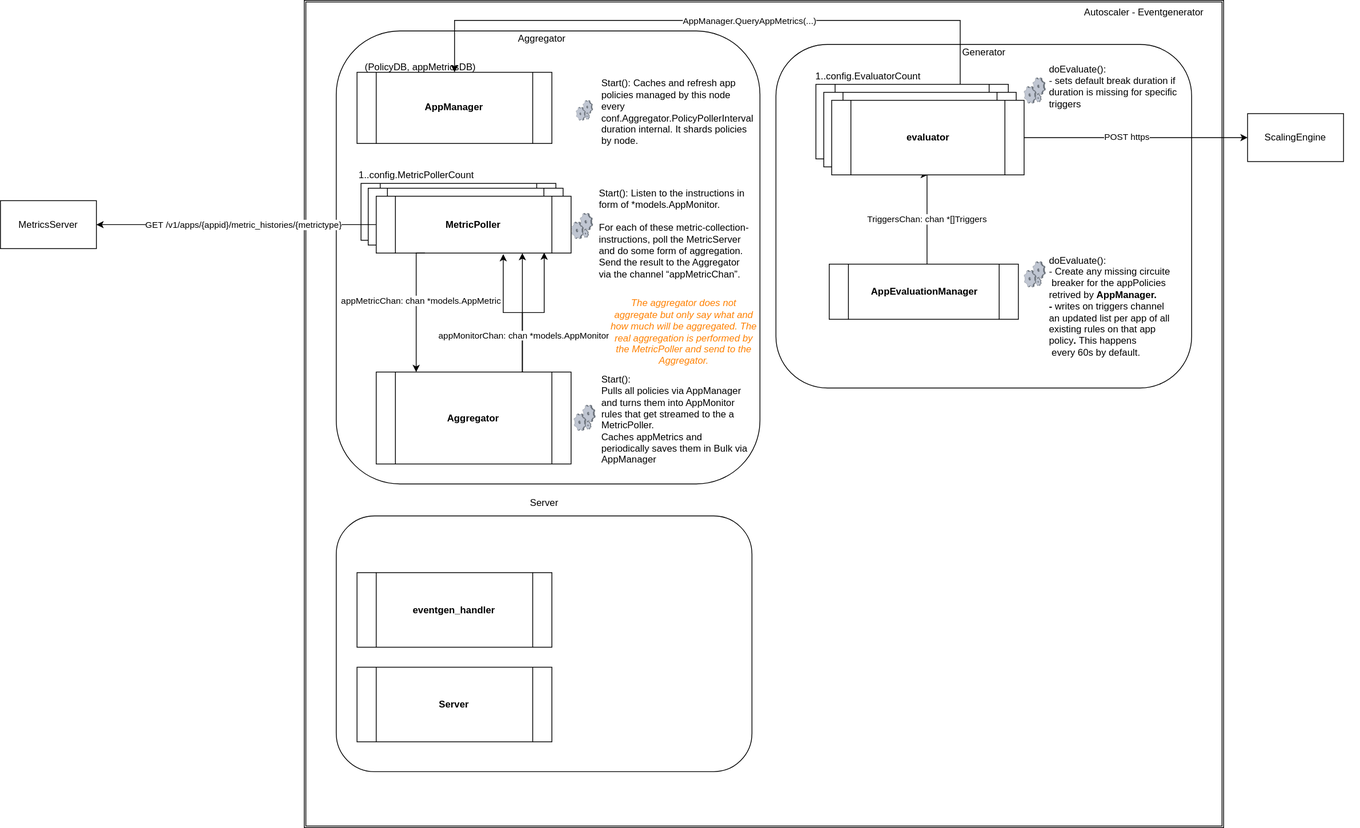
cloudfoundry/app-autoscaler-release keeps this draw.io diagram as docs/eventgenerator.svg. Above is the earlier version. Source tidied: cells renumbered, new cells last; positions are measured from the earlier drawing's top-left corner, leaving out a move shared by most shapes.
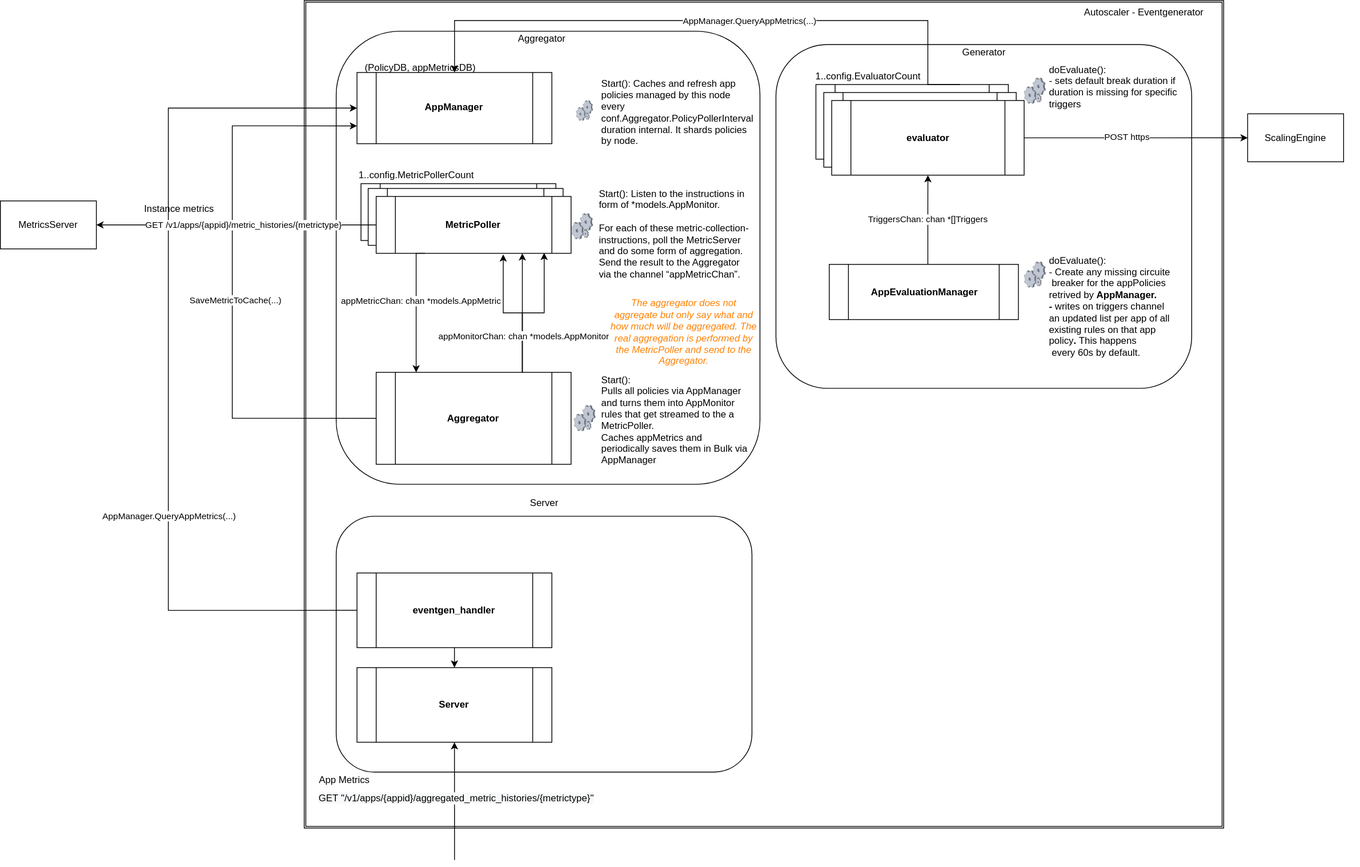
After the change.

Commit message:
Update Event Generator Diagram

The edit, as a diff of the source:
```diff
@@ -20,6 +20,17 @@
     <mxCell id="7" style="edgeStyle=orthogonalEdgeStyle;rounded=0;jettySize=auto;html=1;exitX=0.75;exitY=0;exitDx=0;exitDy=0;entryX=0.652;entryY=1.019;entryDx=0;entryDy=0;entryPerimeter=0;fontColor=#000000;endArrow=classic;endFill=1;strokeWidth=1;" parent="4" edge="1" source="8" target="17">
       <mxGeometry relative="1" as="geometry" />
     </mxCell>
+    <mxCell id="60" style="edgeStyle=orthogonalEdgeStyle;rounded=0;jettySize=auto;html=1;exitX=0;exitY=0.5;exitDx=0;exitDy=0;entryX=0;entryY=0.75;entryDx=0;entryDy=0;fontColor=#000000;endArrow=classic;endFill=1;strokeColor=default;strokeWidth=1;" parent="4" edge="1" source="8" target="11">
+      <mxGeometry relative="1" as="geometry">
+        <Array as="points">
+          <mxPoint x="-130" y="458" />
+          <mxPoint x="-130" y="92" />
+        </Array>
+      </mxGeometry>
+    </mxCell>
+    <mxCell id="61" value="SaveMetricToCache(...)" style="edgeLabel;html=1;align=center;verticalAlign=middle;fontColor=#000000;" parent="60" vertex="1">
+      <mxGeometry x="-0.07" y="-3" relative="1" as="geometry" />
+    </mxCell>
     <mxCell id="8" value="&lt;b&gt;Aggregator&lt;/b&gt;" style="shape=process;whiteSpace=wrap;html=1;backgroundOutline=1;" parent="4" vertex="1">
       <mxGeometry x="50" y="400" width="243.8" height="115" as="geometry" />
     </mxCell>
@@ -85,6 +96,9 @@
     <mxCell id="26" value="Server" style="text;html=1;align=center;verticalAlign=middle;strokeColor=none;fillColor=none;" parent="24" vertex="1">
       <mxGeometry x="235" y="84" width="50" height="20" as="geometry" />
     </mxCell>
+    <mxCell id="62" style="edgeStyle=orthogonalEdgeStyle;rounded=0;jettySize=auto;html=1;fontColor=#000000;endArrow=classic;endFill=1;strokeColor=default;strokeWidth=1;" parent="24" edge="1" source="27" target="28">
+      <mxGeometry relative="1" as="geometry" />
+    </mxCell>
     <mxCell id="27" value="&lt;b&gt;eventgen_handler&lt;/b&gt;" style="shape=process;whiteSpace=wrap;html=1;backgroundOutline=1;" parent="24" vertex="1">
       <mxGeometry x="26" y="181" width="243.8" height="93.3" as="geometry" />
     </mxCell>
@@ -94,6 +108,19 @@
     <mxCell id="29" value="Start(): Caches and refresh app policies managed by this node every conf.Aggregator.PolicyPollerInterval duration&amp;nbsp;internal. It shards policies by node." style="text;html=1;strokeColor=none;fillColor=none;align=left;verticalAlign=middle;whiteSpace=wrap;rounded=0;" parent="4" vertex="1">
       <mxGeometry x="330" y="18.2" width="190" height="114.4" as="geometry" />
     </mxCell>
+    <mxCell id="63" style="edgeStyle=orthogonalEdgeStyle;rounded=0;jettySize=auto;html=1;exitX=0;exitY=0.5;exitDx=0;exitDy=0;entryX=0;entryY=0.5;entryDx=0;entryDy=0;fontColor=#000000;endArrow=classic;endFill=1;strokeColor=default;strokeWidth=1;" parent="4" edge="1" source="27" target="11">
+      <mxGeometry relative="1" as="geometry">
+        <Array as="points">
+          <mxPoint x="-210" y="698" />
+          <mxPoint x="-210" y="70" />
+        </Array>
+      </mxGeometry>
+    </mxCell>
+    <mxCell id="64" value="AppManager.QueryAppMetrics(...)" style="edgeLabel;html=1;align=center;verticalAlign=middle;fontColor=#000000;" parent="63" vertex="1">
+      <mxGeometry x="-0.05" y="-1" relative="1" as="geometry">
+        <mxPoint x="-1" y="168" as="offset" />
+      </mxGeometry>
+    </mxCell>
     <mxCell id="30" value="Autoscaler - Eventgenerator" style="text;html=1;align=center;verticalAlign=middle;strokeColor=none;fillColor=none;" parent="1" vertex="1">
       <mxGeometry x="1345" y="5" width="170" height="20" as="geometry" />
     </mxCell>
@@ -112,8 +139,8 @@
     <mxCell id="35" value="TriggersChan: chan *[]Triggers" style="edgeStyle=orthogonalEdgeStyle;rounded=0;jettySize=auto;html=1;entryX=0.5;entryY=1;entryDx=0;entryDy=0;strokeColor=default;" parent="31" edge="1" source="41" target="39">
       <mxGeometry relative="1" as="geometry">
         <Array as="points">
-          <mxPoint x="189" y="220" />
-          <mxPoint x="189" y="220" />
+          <mxPoint x="190" y="200" />
+          <mxPoint x="190" y="200" />
         </Array>
       </mxGeometry>
     </mxCell>
@@ -188,7 +215,8 @@
     <mxCell id="58" style="edgeStyle=orthogonalEdgeStyle;rounded=0;jettySize=auto;html=1;exitX=0.75;exitY=0;exitDx=0;exitDy=0;fontColor=#000000;endArrow=classic;endFill=1;strokeColor=default;strokeWidth=1;" parent="1" edge="1" source="37" target="11">
       <mxGeometry relative="1" as="geometry">
         <Array as="points">
-          <mxPoint x="1201" y="25" />
+          <mxPoint x="1160" y="105" />
+          <mxPoint x="1160" y="25" />
           <mxPoint x="568" y="25" />
         </Array>
       </mxGeometry>
@@ -198,5 +226,19 @@
         <mxPoint x="54" y="1" as="offset" />
       </mxGeometry>
     </mxCell>
+    <mxCell id="65" style="endArrow=classic;html=1;rounded=0;fontColor=#000000;strokeColor=default;strokeWidth=1;" parent="1" edge="1" target="28">
+      <mxGeometry relative="1" as="geometry">
+        <mxPoint x="568" y="1075" as="sourcePoint" />
+      </mxGeometry>
+    </mxCell>
+    <mxCell id="66" value="&lt;span style=&quot;font-size: 12px ; background-color: rgb(248 , 249 , 250)&quot;&gt;GET&amp;nbsp;&quot;/v1/apps/{appid}/aggregated_metric_histories/{metrictype}&quot;&lt;/span&gt;" style="edgeLabel;html=1;align=center;verticalAlign=middle;fontColor=#000000;" parent="65" vertex="1">
+      <mxGeometry x="0.05" y="-2" relative="1" as="geometry" />
+    </mxCell>
+    <mxCell id="67" value="Instance metrics&amp;nbsp;" style="text;html=1;align=center;verticalAlign=middle;strokeColor=none;fillColor=none;fontColor=#000000;" parent="1" vertex="1">
+      <mxGeometry x="170" y="250.6" width="110" height="20" as="geometry" />
+    </mxCell>
+    <mxCell id="68" value="App Metrics" style="text;html=1;align=center;verticalAlign=middle;strokeColor=none;fillColor=none;fontColor=#000000;" parent="1" vertex="1">
+      <mxGeometry x="390" y="965" width="80" height="20" as="geometry" />
+    </mxCell>
   </root>
 </mxGraphModel>
```
